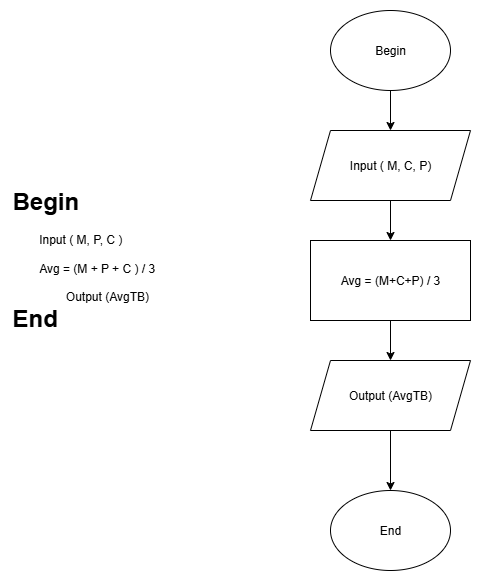
This is ss3_ma_gia_luu_do/bai1.png from vinhdevz/C0925G1-DoThanhVinh, a draw.io export, as it was before one commit. Source tidied: cells renumbered, new cells last; positions are measured from the earlier drawing's top-left corner, leaving out a move shared by most shapes.
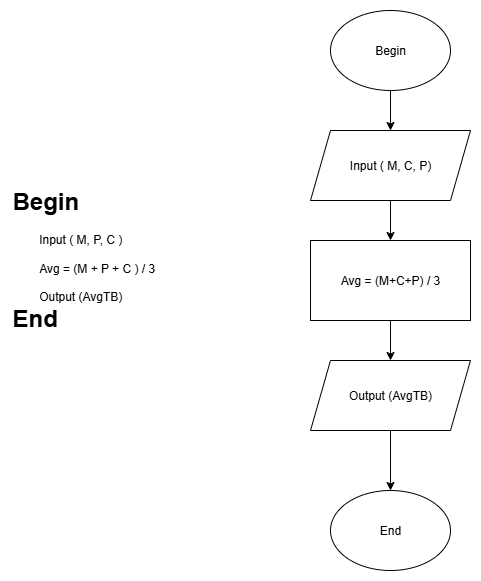
After the change.

Change to the diagram source:
```diff
@@ -5,7 +5,7 @@
     <mxCell id="2" value="Begin" style="ellipse;whiteSpace=wrap;html=1;" parent="1" vertex="1">
       <mxGeometry x="320" width="120" height="80" as="geometry" />
     </mxCell>
-    <mxCell id="3" value="&lt;h1 style=&quot;margin-top: 0px;&quot;&gt;Begin&lt;/h1&gt;&lt;div&gt;&lt;span style=&quot;white-space: pre;&quot;&gt;&#9;&lt;/span&gt;Input ( M, P, C )&lt;br&gt;&lt;br&gt;&lt;/div&gt;&lt;div&gt;&lt;span style=&quot;white-space: pre;&quot;&gt;&#9;&lt;/span&gt;Avg = (M + P + C ) / 3&lt;br&gt;&lt;/div&gt;&lt;div&gt;&lt;span style=&quot;white-space: pre;&quot;&gt;&#9;&lt;/span&gt;&lt;span style=&quot;white-space: pre;&quot;&gt;&#9;&lt;/span&gt;&lt;br&gt;&lt;/div&gt;&lt;div&gt;&lt;span style=&quot;white-space: pre;&quot;&gt;&#9;&lt;/span&gt;&lt;span style=&quot;white-space: pre;&quot;&gt;&#9;&lt;/span&gt;Output (AvgTB)&lt;br&gt;&lt;/div&gt;&lt;div&gt;&lt;h1 style=&quot;margin-top: 0px;&quot;&gt;End&lt;/h1&gt;&lt;/div&gt;&lt;p&gt;&lt;br&gt;&lt;/p&gt;" style="text;html=1;whiteSpace=wrap;overflow=hidden;rounded=0;" parent="1" vertex="1">
+    <mxCell id="3" value="&lt;h1 style=&quot;margin-top: 0px;&quot;&gt;Begin&lt;/h1&gt;&lt;div&gt;&lt;span style=&quot;white-space: pre;&quot;&gt;&#9;&lt;/span&gt;Input ( M, P, C )&lt;br&gt;&lt;br&gt;&lt;/div&gt;&lt;div&gt;&lt;span style=&quot;white-space: pre;&quot;&gt;&#9;&lt;/span&gt;Avg = (M + P + C ) / 3&lt;br&gt;&lt;/div&gt;&lt;div&gt;&lt;span style=&quot;white-space: pre;&quot;&gt;&#9;&lt;/span&gt;&lt;span style=&quot;white-space: pre;&quot;&gt;&#9;&lt;/span&gt;&lt;br&gt;&lt;/div&gt;&lt;div&gt;&lt;span style=&quot;white-space: pre;&quot;&gt;&#9;&lt;/span&gt;Output (AvgTB)&lt;br&gt;&lt;/div&gt;&lt;div&gt;&lt;h1 style=&quot;margin-top: 0px;&quot;&gt;End&lt;/h1&gt;&lt;/div&gt;&lt;p&gt;&lt;br&gt;&lt;/p&gt;" style="text;html=1;whiteSpace=wrap;overflow=hidden;rounded=0;" parent="1" vertex="1">
       <mxGeometry y="170" width="170" height="250" as="geometry" />
     </mxCell>
     <mxCell id="4" value="Input ( M, C, P)" style="shape=parallelogram;perimeter=parallelogramPerimeter;whiteSpace=wrap;html=1;fixedSize=1;" parent="1" vertex="1">
```
